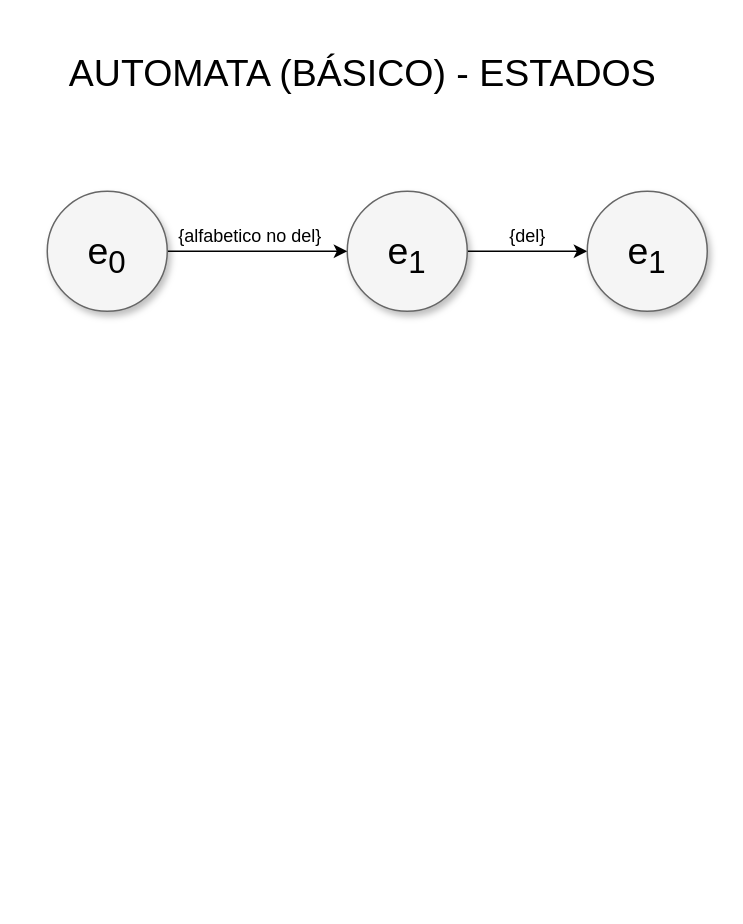
The draw.io diagram page "Basico" (7 of 7) of DiagramaAutomata.drawio in ander-db/Tokenizer, before the edit. Source tidied: cells renumbered, new cells numbered last; positions are measured from the earlier drawing's top-left corner, leaving out a move shared by most shapes. Both pictures are drawn from the tidied source at 150%, with x=0, y=0 at pixel (46, 40).
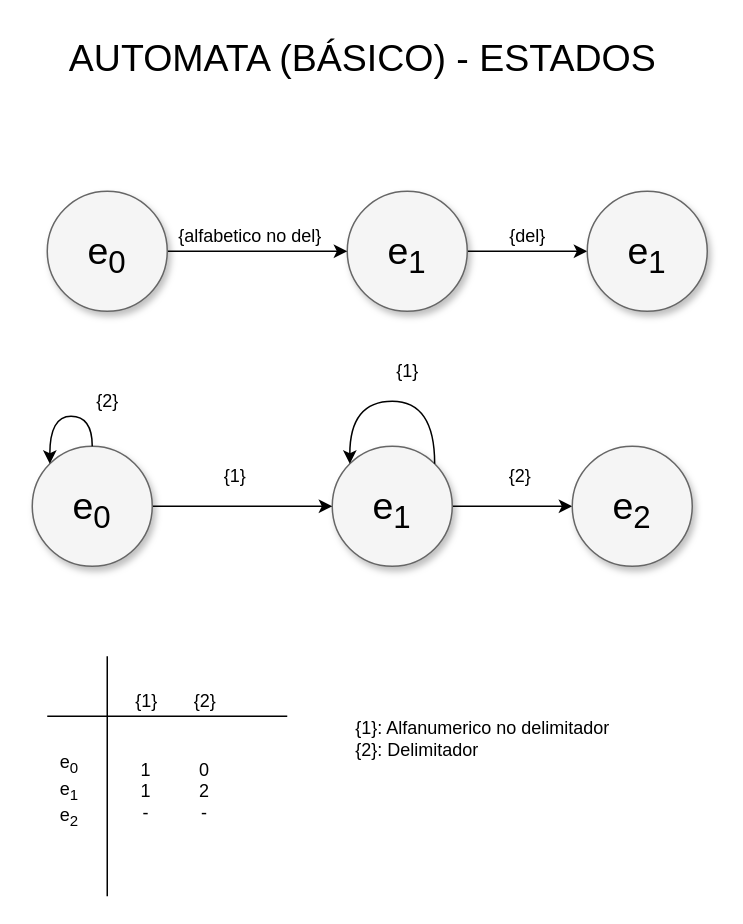
After the change.

What changed in the source:
```diff
@@
     <mxCell id="2" value="AUTOMATA (BÁSICO) - ESTADOS" style="text;html=1;align=center;verticalAlign=middle;strokeColor=none;fillColor=none;fontSize=25;" parent="1" vertex="1">
-      <mxGeometry x="5" width="410" height="40" as="geometry" />
+      <mxGeometry x="5" y="-10" width="410" height="40" as="geometry" />
     </mxCell>
@@
+    <mxCell id="10" style="edgeStyle=orthogonalEdgeStyle;curved=1;rounded=0;jettySize=auto;html=1;exitX=1;exitY=0.5;exitDx=0;exitDy=0;entryX=0;entryY=0.5;entryDx=0;entryDy=0;fontSize=19;startArrow=none;startFill=0;endArrow=classic;endFill=1;" parent="1" edge="1" source="11" target="14">
+      <mxGeometry relative="1" as="geometry" />
+    </mxCell>
+    <mxCell id="11" value="&lt;span style=&quot;font-size: 25px&quot;&gt;e&lt;sub&gt;1&lt;/sub&gt;&lt;/span&gt;" style="ellipse;whiteSpace=wrap;html=1;rounded=0;shadow=1;strokeColor=#666666;strokeWidth=1;fontSize=30;align=center;fillColor=#f5f5f5;" parent="1" vertex="1">
+      <mxGeometry x="190" y="270" width="80" height="80" as="geometry" />
+    </mxCell>
+    <mxCell id="12" style="edgeStyle=orthogonalEdgeStyle;curved=1;rounded=0;jettySize=auto;html=1;exitX=1;exitY=0.5;exitDx=0;exitDy=0;entryX=0;entryY=0.5;entryDx=0;entryDy=0;fontSize=25;startArrow=none;startFill=0;endArrow=classic;endFill=1;" parent="1" edge="1" source="13" target="11">
+      <mxGeometry relative="1" as="geometry" />
+    </mxCell>
+    <mxCell id="13" value="&lt;span style=&quot;font-size: 25px&quot;&gt;e&lt;sub&gt;0&lt;/sub&gt;&lt;/span&gt;" style="ellipse;whiteSpace=wrap;html=1;rounded=0;shadow=1;strokeColor=#666666;strokeWidth=1;fontSize=30;align=center;fillColor=#f5f5f5;" parent="1" vertex="1">
+      <mxGeometry x="-10" y="270" width="80" height="80" as="geometry" />
+    </mxCell>
+    <mxCell id="14" value="&lt;span style=&quot;font-size: 25px&quot;&gt;e&lt;sub&gt;2&lt;/sub&gt;&lt;/span&gt;" style="ellipse;whiteSpace=wrap;html=1;rounded=0;shadow=1;strokeColor=#666666;strokeWidth=1;fontSize=30;align=center;fillColor=#f5f5f5;" parent="1" vertex="1">
+      <mxGeometry x="350" y="270" width="80" height="80" as="geometry" />
+    </mxCell>
+    <mxCell id="15" style="edgeStyle=orthogonalEdgeStyle;rounded=0;orthogonalLoop=1;jettySize=auto;html=1;exitX=1;exitY=0;exitDx=0;exitDy=0;entryX=0;entryY=0;entryDx=0;entryDy=0;curved=1;" parent="1" edge="1" source="11" target="11">
+      <mxGeometry relative="1" as="geometry">
+        <Array as="points">
+          <mxPoint x="258" y="240" />
+          <mxPoint x="202" y="240" />
+        </Array>
+      </mxGeometry>
+    </mxCell>
+    <mxCell id="16" value="{1}" style="text;html=1;align=center;verticalAlign=middle;strokeColor=none;fillColor=none;" parent="1" vertex="1">
+      <mxGeometry x="225" y="210" width="30" height="20" as="geometry" />
+    </mxCell>
+    <mxCell id="17" value="{1}" style="text;html=1;align=center;verticalAlign=middle;strokeColor=none;fillColor=none;" parent="1" vertex="1">
+      <mxGeometry x="110" y="280" width="30" height="20" as="geometry" />
+    </mxCell>
+    <mxCell id="18" style="edgeStyle=orthogonalEdgeStyle;curved=1;rounded=0;orthogonalLoop=1;jettySize=auto;html=1;exitX=0.5;exitY=0;exitDx=0;exitDy=0;entryX=0;entryY=0;entryDx=0;entryDy=0;" parent="1" edge="1" source="13" target="13">
+      <mxGeometry relative="1" as="geometry">
+        <Array as="points">
+          <mxPoint x="30" y="250" />
+          <mxPoint x="2" y="250" />
+        </Array>
+      </mxGeometry>
+    </mxCell>
+    <mxCell id="19" value="{2}" style="text;html=1;align=center;verticalAlign=middle;strokeColor=none;fillColor=none;" parent="1" vertex="1">
+      <mxGeometry x="25" y="230" width="30" height="20" as="geometry" />
+    </mxCell>
+    <mxCell id="20" value="{2}" style="text;html=1;align=center;verticalAlign=middle;strokeColor=none;fillColor=none;" parent="1" vertex="1">
+      <mxGeometry x="300" y="280" width="30" height="20" as="geometry" />
+    </mxCell>
+    <mxCell id="21" value="e&lt;sub&gt;0&lt;/sub&gt;&lt;br&gt;e&lt;sub&gt;1&lt;/sub&gt;&lt;br&gt;e&lt;sub&gt;2&lt;/sub&gt;&lt;br&gt;" style="text;html=1;strokeColor=none;fillColor=none;align=center;verticalAlign=middle;whiteSpace=wrap;rounded=0;" parent="1" vertex="1">
+      <mxGeometry y="450" width="30" height="100" as="geometry" />
+    </mxCell>
+    <mxCell id="22" style="endArrow=none;html=1;rounded=0;curved=1;" parent="1" edge="1">
+      <mxGeometry relative="1" as="geometry">
+        <mxPoint y="450" as="sourcePoint" />
+        <mxPoint x="160" y="450" as="targetPoint" />
+      </mxGeometry>
+    </mxCell>
+    <mxCell id="23" value="1&lt;br&gt;1&lt;br&gt;-" style="text;html=1;strokeColor=none;fillColor=none;align=center;verticalAlign=middle;whiteSpace=wrap;rounded=0;" parent="1" vertex="1">
+      <mxGeometry x="51" y="450" width="30" height="100" as="geometry" />
+    </mxCell>
+    <mxCell id="24" style="endArrow=none;html=1;rounded=0;curved=1;" parent="1" edge="1">
+      <mxGeometry relative="1" as="geometry">
+        <mxPoint x="40" y="570" as="sourcePoint" />
+        <mxPoint x="40" y="410" as="targetPoint" />
+      </mxGeometry>
+    </mxCell>
+    <mxCell id="25" value="0&lt;br&gt;2&lt;br&gt;-" style="text;html=1;strokeColor=none;fillColor=none;align=center;verticalAlign=middle;whiteSpace=wrap;rounded=0;" parent="1" vertex="1">
+      <mxGeometry x="90" y="450" width="30" height="100" as="geometry" />
+    </mxCell>
+    <mxCell id="26" value="{1}" style="text;html=1;align=center;verticalAlign=middle;strokeColor=none;fillColor=none;" parent="1" vertex="1">
+      <mxGeometry x="51" y="430" width="30" height="20" as="geometry" />
+    </mxCell>
+    <mxCell id="27" value="{2}" style="text;html=1;align=center;verticalAlign=middle;strokeColor=none;fillColor=none;" parent="1" vertex="1">
+      <mxGeometry x="90" y="430" width="30" height="20" as="geometry" />
+    </mxCell>
+    <mxCell id="28" value="{1}: Alfanumerico no delimitador&lt;br&gt;&lt;div style=&quot;text-align: left&quot;&gt;&lt;span&gt;{2}: Delimitador&lt;/span&gt;&lt;/div&gt;" style="text;html=1;align=center;verticalAlign=middle;strokeColor=none;fillColor=none;" parent="1" vertex="1">
+      <mxGeometry x="200" y="450" width="180" height="30" as="geometry" />
+    </mxCell>
```
